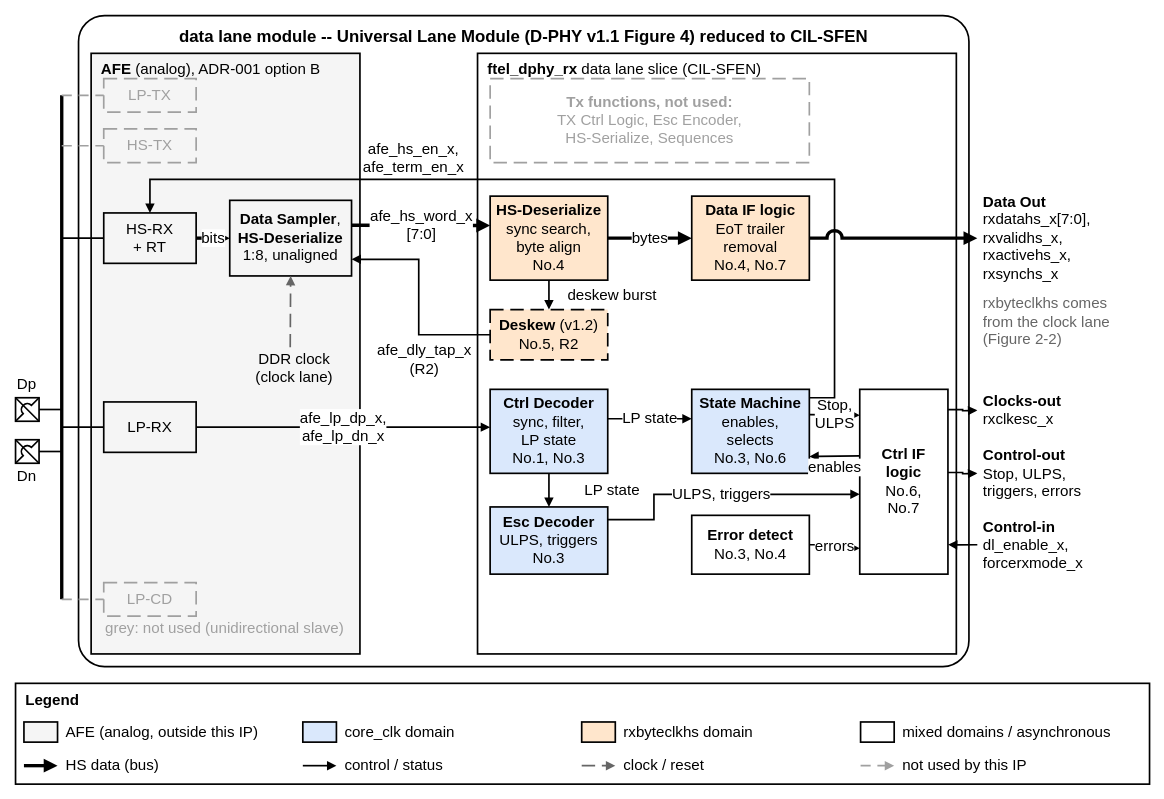
The draw.io diagram 22fdx/rx/digital/hw/rtl/ip/ftel_dphy_rx/doc/figures/ftel_dphy_rx_ulm_data.drawio in ftel-cdc/fu3_dphy, before the edit. Source tidied: cells renumbered, new cells numbered last; positions are measured from the earlier drawing's top-left corner, leaving out a move shared by most shapes. Both pictures are drawn from the tidied source at 84%, with x=0, y=0 at pixel (15, 15).
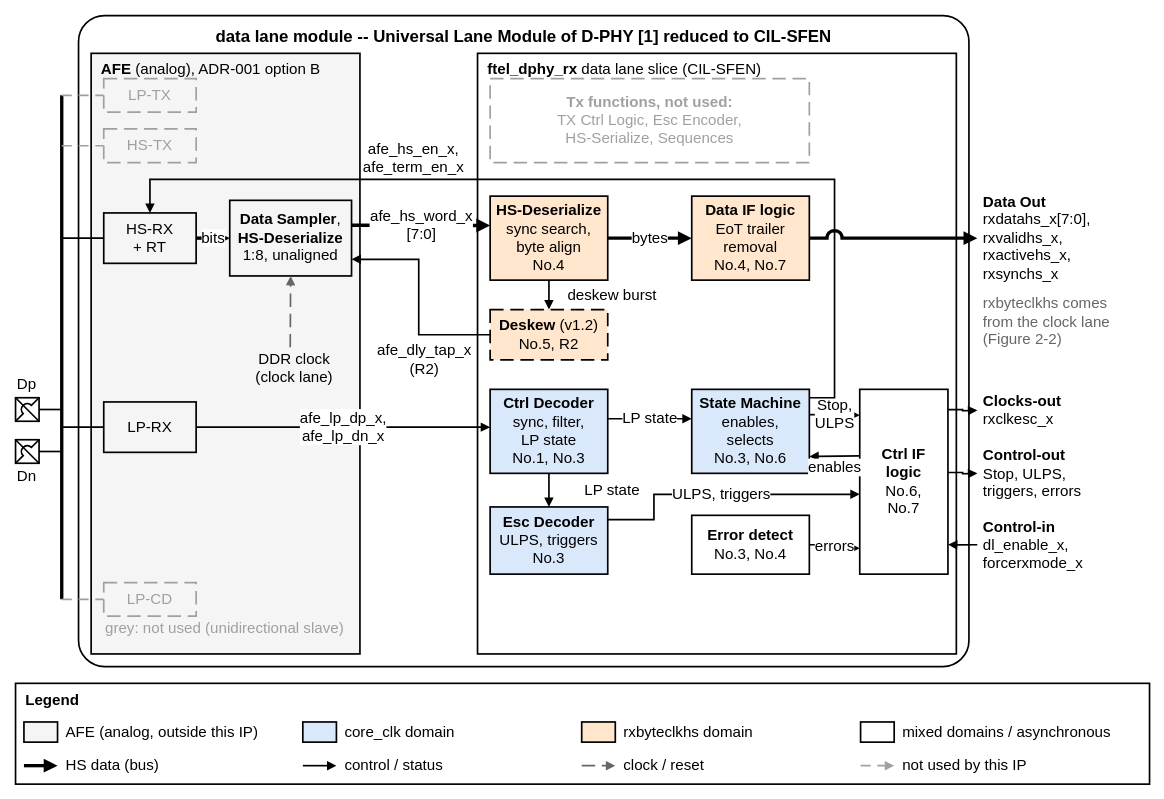
After the change.

Change to the diagram source:
```diff
@@
-    <mxCell id="2" value="data lane module  --  Universal Lane Module (D-PHY v1.1 Figure 4) reduced to CIL-SFEN" style="rounded=1;whiteSpace=wrap;html=1;fontSize=20;fontStyle=1;verticalAlign=top;strokeWidth=2;fillColor=none;arcSize=4;spacingTop=6;" parent="1" vertex="1">
+    <mxCell id="2" value="data lane module  --  Universal Lane Module of D-PHY [1] reduced to CIL-SFEN" style="rounded=1;whiteSpace=wrap;html=1;fontSize=20;fontStyle=1;verticalAlign=top;strokeWidth=2;fillColor=none;arcSize=4;spacingTop=6;" parent="1" vertex="1">
       <mxGeometry x="75" width="1060" height="775" as="geometry" />
     </mxCell>
```
